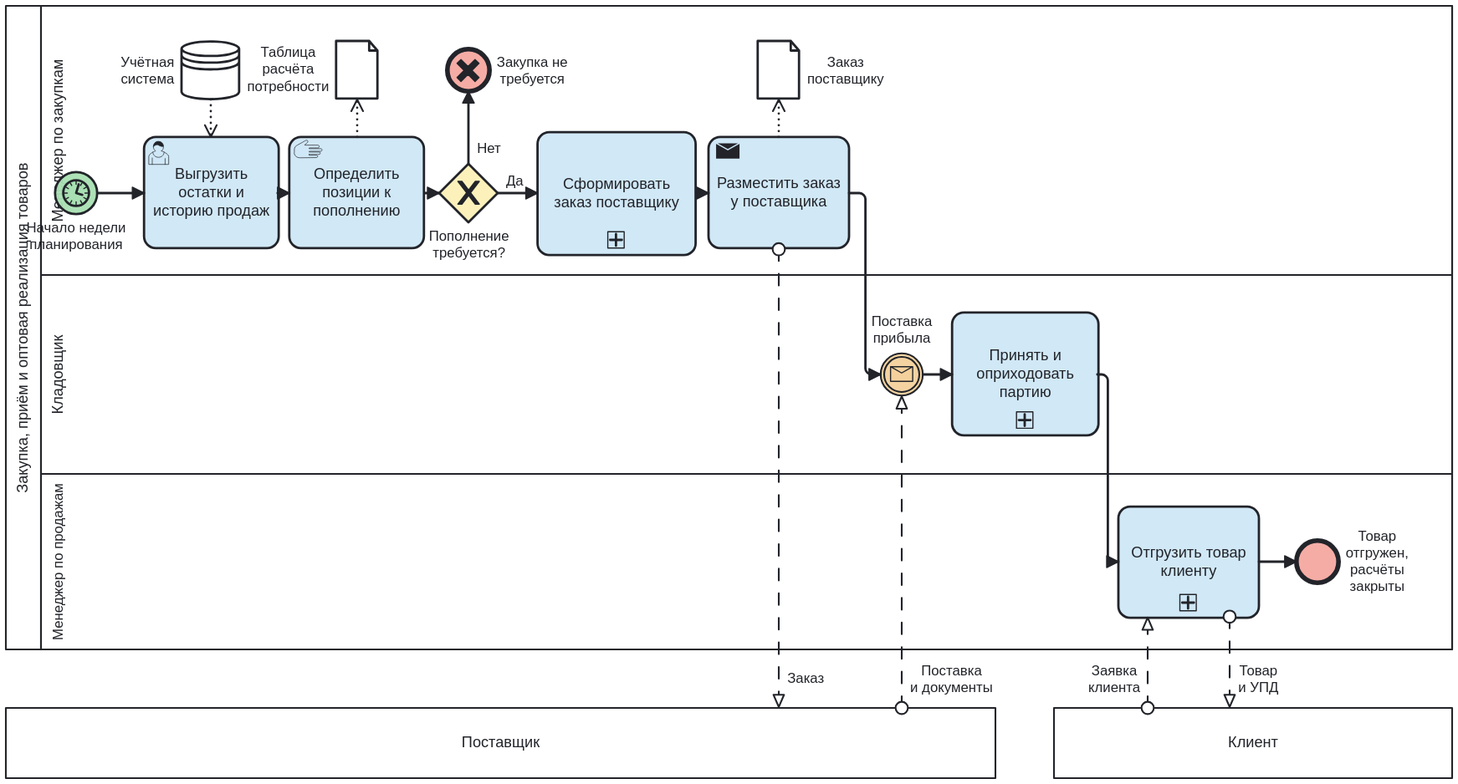
Earlier version of the BPMN export img/as_is.svg (VadFaipin1/sppr-vybor-postavshchika). Its source is kept beside it as bpmn/as_is.bpmn. Ids are renumbered.
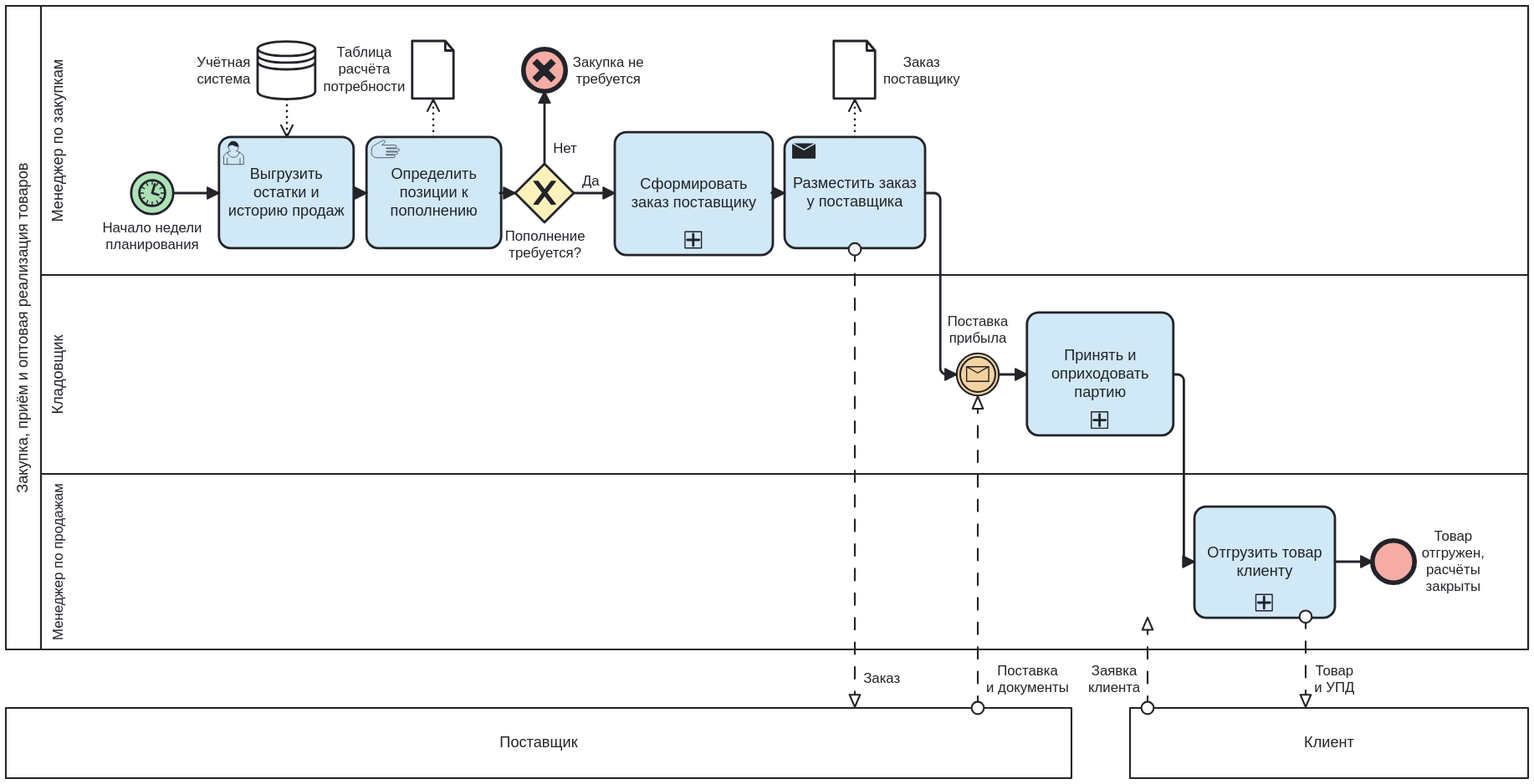
After the commit.

Diff of the diagram source:
```diff
@@ -41,43 +41,43 @@
 </bpmn:process>
 <bpmndi:BPMNDiagram id="BPMNDiagram_as_is">
 <bpmndi:BPMNPlane id="BPMNPlane_as_is" bpmnElement="Collaboration_as_is">
-<bpmndi:BPMNShape id="Participant_01_di" bpmnElement="Participant_01" isHorizontal="true"><dc:Bounds x="0" y="0" width="1235" height="550" /></bpmndi:BPMNShape>
-<bpmndi:BPMNShape id="Lane_03_di" bpmnElement="Lane_03" isHorizontal="true"><dc:Bounds x="30" y="0" width="1205" height="230" /></bpmndi:BPMNShape>
-<bpmndi:BPMNShape id="Lane_04_di" bpmnElement="Lane_04" isHorizontal="true"><dc:Bounds x="30" y="230" width="1205" height="170" /></bpmndi:BPMNShape>
-<bpmndi:BPMNShape id="Lane_05_di" bpmnElement="Lane_05" isHorizontal="true"><dc:Bounds x="30" y="400" width="1205" height="150" /></bpmndi:BPMNShape>
-<bpmndi:BPMNShape id="Participant_06_di" bpmnElement="Participant_06" isHorizontal="true"><dc:Bounds x="0" y="600" width="845" height="60" /></bpmndi:BPMNShape>
-<bpmndi:BPMNShape id="Participant_07_di" bpmnElement="Participant_07" isHorizontal="true"><dc:Bounds x="895" y="600" width="340" height="60" /></bpmndi:BPMNShape>
-<bpmndi:BPMNShape bioc:fill="#a9e0b3" color:background-color="#a9e0b3" id="Event_08_di" bpmnElement="Event_08"><dc:Bounds x="42" y="142" width="36" height="36" /><bpmndi:BPMNLabel><dc:Bounds x="17" y="183" width="86" height="29" /></bpmndi:BPMNLabel></bpmndi:BPMNShape>
-<bpmndi:BPMNShape id="DataStoreReference_10_di" bpmnElement="DataStoreReference_10"><dc:Bounds x="150" y="30" width="50" height="50" /><bpmndi:BPMNLabel><dc:Bounds x="98" y="41" width="46" height="29" /></bpmndi:BPMNLabel></bpmndi:BPMNShape>
-<bpmndi:BPMNShape bioc:fill="#cfe7f6" color:background-color="#cfe7f6" id="Activity_11_di" bpmnElement="Activity_11"><dc:Bounds x="118" y="112" width="115" height="95" /></bpmndi:BPMNShape>
-<bpmndi:BPMNShape bioc:fill="#cfe7f6" color:background-color="#cfe7f6" id="Activity_12_di" bpmnElement="Activity_12"><dc:Bounds x="242" y="112" width="115" height="95" /></bpmndi:BPMNShape>
-<bpmndi:BPMNShape id="DataObjectReference_13_di" bpmnElement="DataObjectReference_13"><dc:Bounds x="282" y="30" width="36" height="50" /><bpmndi:BPMNLabel><dc:Bounds x="206" y="33" width="70" height="43" /></bpmndi:BPMNLabel></bpmndi:BPMNShape>
-<bpmndi:BPMNShape bioc:fill="#fdf1b8" color:background-color="#fdf1b8" id="Gateway_15_di" bpmnElement="Gateway_15" isMarkerVisible="true"><dc:Bounds x="370" y="135" width="50" height="50" /><bpmndi:BPMNLabel><dc:Bounds x="361" y="190" width="69" height="29" /></bpmndi:BPMNLabel></bpmndi:BPMNShape>
-<bpmndi:BPMNShape bioc:fill="#f5a8a1" color:background-color="#f5a8a1" id="Event_16_di" bpmnElement="Event_16"><dc:Bounds x="377" y="37" width="36" height="36" /><bpmndi:BPMNLabel><dc:Bounds x="419" y="41" width="60" height="29" /></bpmndi:BPMNLabel></bpmndi:BPMNShape>
-<bpmndi:BPMNShape bioc:fill="#cfe7f6" color:background-color="#cfe7f6" id="Activity_18_di" bpmnElement="Activity_18" isExpanded="false"><dc:Bounds x="454" y="108" width="135" height="105" /></bpmndi:BPMNShape>
-<bpmndi:BPMNShape bioc:fill="#cfe7f6" color:background-color="#cfe7f6" id="Activity_19_di" bpmnElement="Activity_19"><dc:Bounds x="600" y="112" width="120" height="95" /></bpmndi:BPMNShape>
-<bpmndi:BPMNShape id="DataObjectReference_20_di" bpmnElement="DataObjectReference_20"><dc:Bounds x="642" y="30" width="36" height="50" /><bpmndi:BPMNLabel><dc:Bounds x="684" y="41" width="66" height="29" /></bpmndi:BPMNLabel></bpmndi:BPMNShape>
-<bpmndi:BPMNShape bioc:fill="#f4d19c" color:background-color="#f4d19c" id="Event_22_di" bpmnElement="Event_22"><dc:Bounds x="747" y="297" width="36" height="36" /><bpmndi:BPMNLabel><dc:Bounds x="739" y="263" width="52" height="29" /></bpmndi:BPMNLabel></bpmndi:BPMNShape>
-<bpmndi:BPMNShape bioc:fill="#cfe7f6" color:background-color="#cfe7f6" id="Activity_24_di" bpmnElement="Activity_24" isExpanded="false"><dc:Bounds x="808" y="262" width="125" height="105" /></bpmndi:BPMNShape>
-<bpmndi:BPMNShape bioc:fill="#cfe7f6" color:background-color="#cfe7f6" id="Activity_25_di" bpmnElement="Activity_25" isExpanded="false"><dc:Bounds x="950" y="428" width="120" height="95" /></bpmndi:BPMNShape>
-<bpmndi:BPMNShape bioc:fill="#f5a8a1" color:background-color="#f5a8a1" id="Event_26_di" bpmnElement="Event_26"><dc:Bounds x="1102" y="457" width="36" height="36" /><bpmndi:BPMNLabel><dc:Bounds x="1144" y="446" width="54" height="58" /></bpmndi:BPMNLabel></bpmndi:BPMNShape>
-<bpmndi:BPMNEdge id="Flow_27_di" bpmnElement="Flow_27"><di:waypoint x="78" y="160" /><di:waypoint x="118" y="160" /></bpmndi:BPMNEdge>
-<bpmndi:BPMNEdge id="Flow_28_di" bpmnElement="Flow_28"><di:waypoint x="232" y="160" /><di:waypoint x="242" y="160" /></bpmndi:BPMNEdge>
-<bpmndi:BPMNEdge id="Flow_29_di" bpmnElement="Flow_29"><di:waypoint x="358" y="160" /><di:waypoint x="370" y="160" /></bpmndi:BPMNEdge>
-<bpmndi:BPMNEdge id="Flow_30_di" bpmnElement="Flow_30"><di:waypoint x="395" y="135" /><di:waypoint x="395" y="73" /><bpmndi:BPMNLabel><dc:Bounds x="401" y="115" width="23" height="14" /></bpmndi:BPMNLabel></bpmndi:BPMNEdge>
-<bpmndi:BPMNEdge id="Flow_31_di" bpmnElement="Flow_31"><di:waypoint x="420" y="160" /><di:waypoint x="454" y="160" /><bpmndi:BPMNLabel><dc:Bounds x="426" y="143" width="17" height="14" /></bpmndi:BPMNLabel></bpmndi:BPMNEdge>
-<bpmndi:BPMNEdge id="Flow_32_di" bpmnElement="Flow_32"><di:waypoint x="590" y="160" /><di:waypoint x="600" y="160" /></bpmndi:BPMNEdge>
-<bpmndi:BPMNEdge id="Flow_33_di" bpmnElement="Flow_33"><di:waypoint x="720" y="160" /><di:waypoint x="734" y="160" /><di:waypoint x="734" y="315" /><di:waypoint x="747" y="315" /></bpmndi:BPMNEdge>
-<bpmndi:BPMNEdge id="Flow_34_di" bpmnElement="Flow_34"><di:waypoint x="783" y="315" /><di:waypoint x="808" y="315" /></bpmndi:BPMNEdge>
-<bpmndi:BPMNEdge id="Flow_35_di" bpmnElement="Flow_35"><di:waypoint x="932" y="315" /><di:waypoint x="941" y="315" /><di:waypoint x="941" y="475" /><di:waypoint x="950" y="475" /></bpmndi:BPMNEdge>
-<bpmndi:BPMNEdge id="Flow_36_di" bpmnElement="Flow_36"><di:waypoint x="1070" y="475" /><di:waypoint x="1102" y="475" /></bpmndi:BPMNEdge>
-<bpmndi:BPMNEdge id="MessageFlow_41_di" bpmnElement="MessageFlow_41"><di:waypoint x="660" y="208" /><di:waypoint x="660" y="600" /><bpmndi:BPMNLabel><dc:Bounds x="666" y="568" width="33" height="14" /></bpmndi:BPMNLabel></bpmndi:BPMNEdge>
-<bpmndi:BPMNEdge id="MessageFlow_42_di" bpmnElement="MessageFlow_42"><di:waypoint x="765" y="600" /><di:waypoint x="765" y="333" /><bpmndi:BPMNLabel><dc:Bounds x="771" y="561" width="73" height="29" /></bpmndi:BPMNLabel></bpmndi:BPMNEdge>
+<bpmndi:BPMNShape id="Participant_01_di" bpmnElement="Participant_01" isHorizontal="true"><dc:Bounds x="0" y="0" width="1300" height="550" /></bpmndi:BPMNShape>
+<bpmndi:BPMNShape id="Lane_03_di" bpmnElement="Lane_03" isHorizontal="true"><dc:Bounds x="30" y="0" width="1270" height="230" /></bpmndi:BPMNShape>
+<bpmndi:BPMNShape id="Lane_04_di" bpmnElement="Lane_04" isHorizontal="true"><dc:Bounds x="30" y="230" width="1270" height="170" /></bpmndi:BPMNShape>
+<bpmndi:BPMNShape id="Lane_05_di" bpmnElement="Lane_05" isHorizontal="true"><dc:Bounds x="30" y="400" width="1270" height="150" /></bpmndi:BPMNShape>
+<bpmndi:BPMNShape id="Participant_06_di" bpmnElement="Participant_06" isHorizontal="true"><dc:Bounds x="0" y="600" width="910" height="60" /></bpmndi:BPMNShape>
+<bpmndi:BPMNShape id="Participant_07_di" bpmnElement="Participant_07" isHorizontal="true"><dc:Bounds x="960" y="600" width="340" height="60" /></bpmndi:BPMNShape>
+<bpmndi:BPMNShape bioc:fill="#a9e0b3" color:background-color="#a9e0b3" id="Event_08_di" bpmnElement="Event_08"><dc:Bounds x="107" y="142" width="36" height="36" /><bpmndi:BPMNLabel><dc:Bounds x="82" y="183" width="86" height="29" /></bpmndi:BPMNLabel></bpmndi:BPMNShape>
+<bpmndi:BPMNShape id="DataStoreReference_10_di" bpmnElement="DataStoreReference_10"><dc:Bounds x="215" y="30" width="50" height="50" /><bpmndi:BPMNLabel><dc:Bounds x="163" y="41" width="46" height="29" /></bpmndi:BPMNLabel></bpmndi:BPMNShape>
+<bpmndi:BPMNShape bioc:fill="#cfe7f6" color:background-color="#cfe7f6" id="Activity_11_di" bpmnElement="Activity_11"><dc:Bounds x="182" y="112" width="115" height="95" /></bpmndi:BPMNShape>
+<bpmndi:BPMNShape bioc:fill="#cfe7f6" color:background-color="#cfe7f6" id="Activity_12_di" bpmnElement="Activity_12"><dc:Bounds x="308" y="112" width="115" height="95" /></bpmndi:BPMNShape>
+<bpmndi:BPMNShape id="DataObjectReference_13_di" bpmnElement="DataObjectReference_13"><dc:Bounds x="347" y="30" width="36" height="50" /><bpmndi:BPMNLabel><dc:Bounds x="271" y="33" width="70" height="43" /></bpmndi:BPMNLabel></bpmndi:BPMNShape>
+<bpmndi:BPMNShape bioc:fill="#fdf1b8" color:background-color="#fdf1b8" id="Gateway_15_di" bpmnElement="Gateway_15" isMarkerVisible="true"><dc:Bounds x="435" y="135" width="50" height="50" /><bpmndi:BPMNLabel><dc:Bounds x="426" y="190" width="69" height="29" /></bpmndi:BPMNLabel></bpmndi:BPMNShape>
+<bpmndi:BPMNShape bioc:fill="#f5a8a1" color:background-color="#f5a8a1" id="Event_16_di" bpmnElement="Event_16"><dc:Bounds x="442" y="37" width="36" height="36" /><bpmndi:BPMNLabel><dc:Bounds x="484" y="41" width="60" height="29" /></bpmndi:BPMNLabel></bpmndi:BPMNShape>
+<bpmndi:BPMNShape bioc:fill="#cfe7f6" color:background-color="#cfe7f6" id="Activity_18_di" bpmnElement="Activity_18" isExpanded="false"><dc:Bounds x="520" y="108" width="135" height="105" /></bpmndi:BPMNShape>
+<bpmndi:BPMNShape bioc:fill="#cfe7f6" color:background-color="#cfe7f6" id="Activity_19_di" bpmnElement="Activity_19"><dc:Bounds x="665" y="112" width="120" height="95" /></bpmndi:BPMNShape>
+<bpmndi:BPMNShape id="DataObjectReference_20_di" bpmnElement="DataObjectReference_20"><dc:Bounds x="707" y="30" width="36" height="50" /><bpmndi:BPMNLabel><dc:Bounds x="749" y="41" width="66" height="29" /></bpmndi:BPMNLabel></bpmndi:BPMNShape>
+<bpmndi:BPMNShape bioc:fill="#f4d19c" color:background-color="#f4d19c" id="Event_22_di" bpmnElement="Event_22"><dc:Bounds x="812" y="297" width="36" height="36" /><bpmndi:BPMNLabel><dc:Bounds x="804" y="263" width="52" height="29" /></bpmndi:BPMNLabel></bpmndi:BPMNShape>
+<bpmndi:BPMNShape bioc:fill="#cfe7f6" color:background-color="#cfe7f6" id="Activity_24_di" bpmnElement="Activity_24" isExpanded="false"><dc:Bounds x="872" y="262" width="125" height="105" /></bpmndi:BPMNShape>
+<bpmndi:BPMNShape bioc:fill="#cfe7f6" color:background-color="#cfe7f6" id="Activity_25_di" bpmnElement="Activity_25" isExpanded="false"><dc:Bounds x="1015" y="428" width="120" height="95" /></bpmndi:BPMNShape>
+<bpmndi:BPMNShape bioc:fill="#f5a8a1" color:background-color="#f5a8a1" id="Event_26_di" bpmnElement="Event_26"><dc:Bounds x="1167" y="457" width="36" height="36" /><bpmndi:BPMNLabel><dc:Bounds x="1209" y="446" width="54" height="58" /></bpmndi:BPMNLabel></bpmndi:BPMNShape>
+<bpmndi:BPMNEdge id="Flow_27_di" bpmnElement="Flow_27"><di:waypoint x="143" y="160" /><di:waypoint x="182" y="160" /></bpmndi:BPMNEdge>
+<bpmndi:BPMNEdge id="Flow_28_di" bpmnElement="Flow_28"><di:waypoint x="298" y="160" /><di:waypoint x="308" y="160" /></bpmndi:BPMNEdge>
+<bpmndi:BPMNEdge id="Flow_29_di" bpmnElement="Flow_29"><di:waypoint x="422" y="160" /><di:waypoint x="435" y="160" /></bpmndi:BPMNEdge>
+<bpmndi:BPMNEdge id="Flow_30_di" bpmnElement="Flow_30"><di:waypoint x="460" y="135" /><di:waypoint x="460" y="73" /><bpmndi:BPMNLabel><dc:Bounds x="466" y="115" width="23" height="14" /></bpmndi:BPMNLabel></bpmndi:BPMNEdge>
+<bpmndi:BPMNEdge id="Flow_31_di" bpmnElement="Flow_31"><di:waypoint x="485" y="160" /><di:waypoint x="520" y="160" /><bpmndi:BPMNLabel><dc:Bounds x="491" y="143" width="17" height="14" /></bpmndi:BPMNLabel></bpmndi:BPMNEdge>
+<bpmndi:BPMNEdge id="Flow_32_di" bpmnElement="Flow_32"><di:waypoint x="654" y="160" /><di:waypoint x="665" y="160" /></bpmndi:BPMNEdge>
+<bpmndi:BPMNEdge id="Flow_33_di" bpmnElement="Flow_33"><di:waypoint x="785" y="160" /><di:waypoint x="798" y="160" /><di:waypoint x="798" y="315" /><di:waypoint x="812" y="315" /></bpmndi:BPMNEdge>
+<bpmndi:BPMNEdge id="Flow_34_di" bpmnElement="Flow_34"><di:waypoint x="848" y="315" /><di:waypoint x="872" y="315" /></bpmndi:BPMNEdge>
+<bpmndi:BPMNEdge id="Flow_35_di" bpmnElement="Flow_35"><di:waypoint x="998" y="315" /><di:waypoint x="1006" y="315" /><di:waypoint x="1006" y="475" /><di:waypoint x="1015" y="475" /></bpmndi:BPMNEdge>
+<bpmndi:BPMNEdge id="Flow_36_di" bpmnElement="Flow_36"><di:waypoint x="1135" y="475" /><di:waypoint x="1167" y="475" /></bpmndi:BPMNEdge>
+<bpmndi:BPMNEdge id="MessageFlow_41_di" bpmnElement="MessageFlow_41"><di:waypoint x="725" y="208" /><di:waypoint x="725" y="600" /><bpmndi:BPMNLabel><dc:Bounds x="731" y="568" width="33" height="14" /></bpmndi:BPMNLabel></bpmndi:BPMNEdge>
+<bpmndi:BPMNEdge id="MessageFlow_42_di" bpmnElement="MessageFlow_42"><di:waypoint x="830" y="600" /><di:waypoint x="830" y="333" /><bpmndi:BPMNLabel><dc:Bounds x="836" y="561" width="73" height="29" /></bpmndi:BPMNLabel></bpmndi:BPMNEdge>
 <bpmndi:BPMNEdge id="MessageFlow_43_di" bpmnElement="MessageFlow_43"><di:waypoint x="975" y="600" /><di:waypoint x="975" y="522" /><bpmndi:BPMNLabel><dc:Bounds x="923" y="561" width="46" height="29" /></bpmndi:BPMNLabel></bpmndi:BPMNEdge>
-<bpmndi:BPMNEdge id="MessageFlow_44_di" bpmnElement="MessageFlow_44"><di:waypoint x="1045" y="522" /><di:waypoint x="1045" y="600" /><bpmndi:BPMNLabel><dc:Bounds x="1051" y="561" width="36" height="29" /></bpmndi:BPMNLabel></bpmndi:BPMNEdge>
-<bpmndi:BPMNEdge id="DataInputAssociation_37_di" bpmnElement="DataInputAssociation_37"><di:waypoint x="175" y="80" /><di:waypoint x="175" y="112" /></bpmndi:BPMNEdge>
-<bpmndi:BPMNEdge id="DataOutputAssociation_39_di" bpmnElement="DataOutputAssociation_39"><di:waypoint x="300" y="112" /><di:waypoint x="300" y="80" /></bpmndi:BPMNEdge>
-<bpmndi:BPMNEdge id="DataOutputAssociation_40_di" bpmnElement="DataOutputAssociation_40"><di:waypoint x="660" y="112" /><di:waypoint x="660" y="80" /></bpmndi:BPMNEdge>
+<bpmndi:BPMNEdge id="MessageFlow_44_di" bpmnElement="MessageFlow_44"><di:waypoint x="1110" y="522" /><di:waypoint x="1110" y="600" /><bpmndi:BPMNLabel><dc:Bounds x="1116" y="561" width="36" height="29" /></bpmndi:BPMNLabel></bpmndi:BPMNEdge>
+<bpmndi:BPMNEdge id="DataInputAssociation_37_di" bpmnElement="DataInputAssociation_37"><di:waypoint x="240" y="80" /><di:waypoint x="240" y="112" /></bpmndi:BPMNEdge>
+<bpmndi:BPMNEdge id="DataOutputAssociation_39_di" bpmnElement="DataOutputAssociation_39"><di:waypoint x="365" y="112" /><di:waypoint x="365" y="80" /></bpmndi:BPMNEdge>
+<bpmndi:BPMNEdge id="DataOutputAssociation_40_di" bpmnElement="DataOutputAssociation_40"><di:waypoint x="725" y="112" /><di:waypoint x="725" y="80" /></bpmndi:BPMNEdge>
 </bpmndi:BPMNPlane>
 </bpmndi:BPMNDiagram>
 </bpmn:definitions>
```
